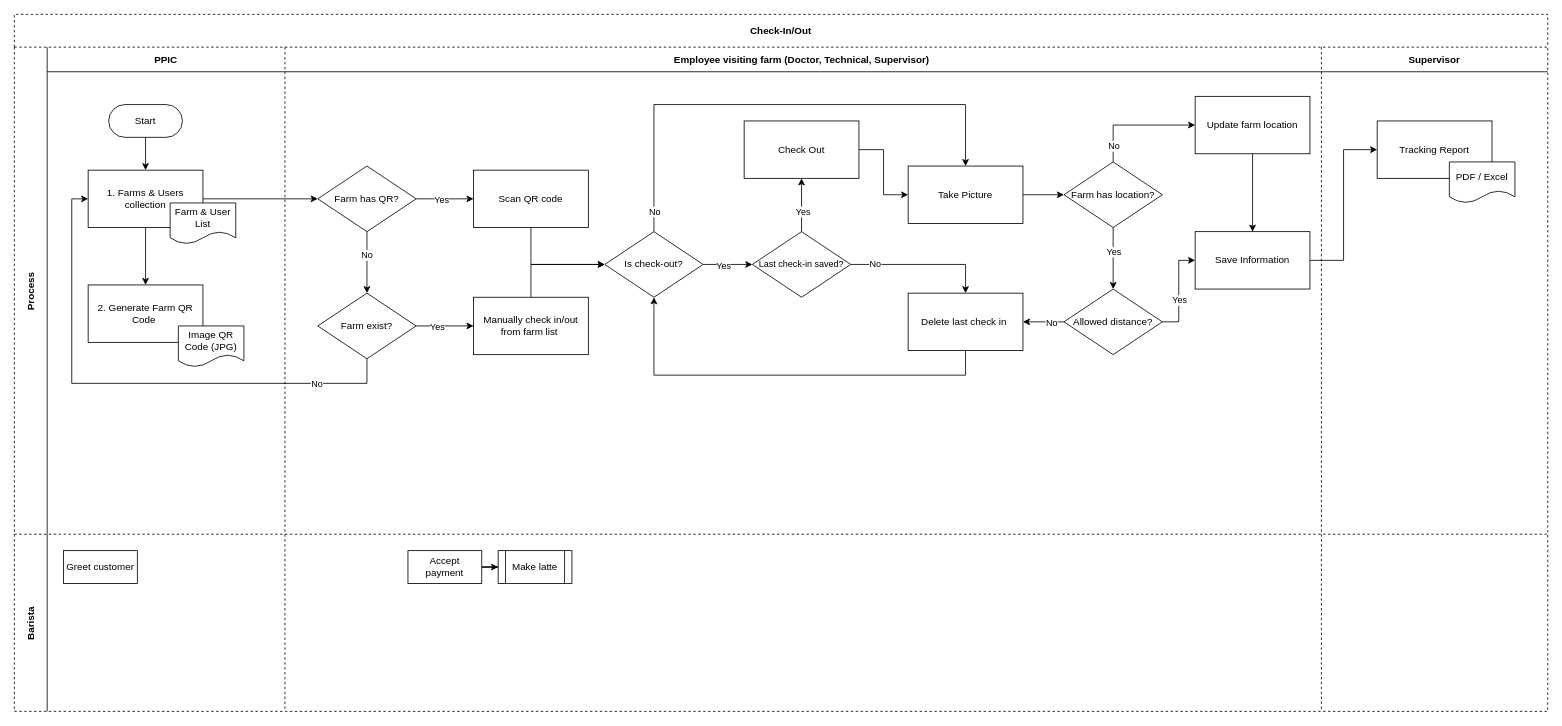
Above: swinegps.drawio in kieunam123/expo-project (draw.io), before the change. Source tidied: cells renumbered, new cells numbered last; positions are measured from the earlier drawing's top-left corner, leaving out a move shared by most shapes. Both pictures are drawn from the tidied source at 82%, with x=0, y=0 at pixel (14, 14).
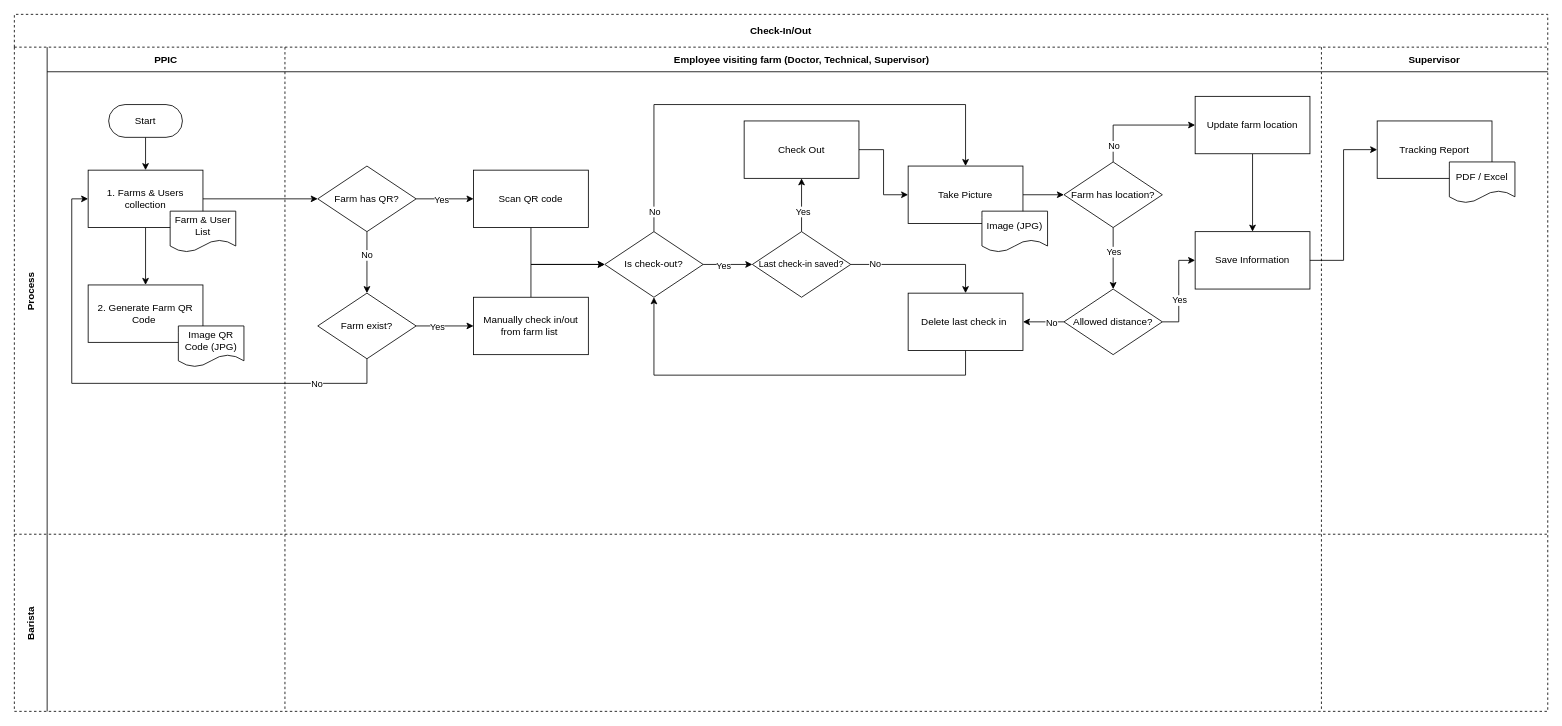
Above is the later version.

Unchanged cells that the change refers to:
```xml
<mxCell id="4" value="PPIC" style="swimlane;swimlaneHead=0;swimlaneBody=0;fillColor=none;startSize=30;fontStyle=1;swimlaneLine=1;" parent="3" vertex="1">
  <mxGeometry x="40" width="290" height="594" as="geometry" />
</mxCell>
<mxCell id="12" value="Employee visiting farm (Doctor, Technical, Supervisor) " style="swimlane;swimlaneHead=0;swimlaneBody=0;fillColor=none;startSize=30;fontStyle=1;swimlaneLine=1;" parent="3" vertex="1">
  <mxGeometry x="330" width="1264" height="594" as="geometry" />
</mxCell>
<mxCell id="62" style="swimlane;swimlaneHead=0;swimlaneBody=0;fillColor=none;startSize=0;fontStyle=1;" parent="61" vertex="1">
  <mxGeometry x="40" width="290" height="216" as="geometry" />
</mxCell>
<mxCell id="64" style="swimlane;swimlaneHead=0;swimlaneBody=0;fillColor=none;startSize=0;fontStyle=1;" parent="61" vertex="1">
  <mxGeometry x="330" width="1264" height="216" as="geometry" />
</mxCell>
```

Diff of the diagram source:
```diff
@@
     <mxCell id="9" value="Farm &amp;amp; User List" style="shape=document;whiteSpace=wrap;html=1;boundedLbl=1;" parent="4" vertex="1">
-      <mxGeometry x="150" y="190" width="80" height="50" as="geometry" />
+      <mxGeometry x="150" y="200" width="80" height="50" as="geometry" />
     </mxCell>
@@
+    <mxCell id="69" value="Image (JPG)" style="shape=document;whiteSpace=wrap;html=1;boundedLbl=1;" parent="12" vertex="1">
+      <mxGeometry x="850" y="200" width="80" height="50" as="geometry" />
+    </mxCell>
@@
-    <mxCell id="63" value="Greet customer" style="rounded=0;whiteSpace=wrap;html=1;" parent="62" vertex="1">
-      <mxGeometry x="20" y="20" width="90" height="40" as="geometry" />
-    </mxCell>
@@
-    <mxCell id="65" style="edgeStyle=orthogonalEdgeStyle;rounded=0;jettySize=auto;html=1;" parent="64" edge="1" source="66" target="67">
-      <mxGeometry relative="1" as="geometry" />
-    </mxCell>
-    <mxCell id="66" value="Accept&lt;br&gt;payment" style="rounded=0;whiteSpace=wrap;html=1;" parent="64" vertex="1">
-      <mxGeometry x="150" y="20" width="90" height="40" as="geometry" />
-    </mxCell>
-    <mxCell id="67" value="Make latte" style="shape=process;whiteSpace=wrap;html=1;backgroundOutline=1;" parent="64" vertex="1">
-      <mxGeometry x="260" y="20" width="90" height="40" as="geometry" />
-    </mxCell>
```
